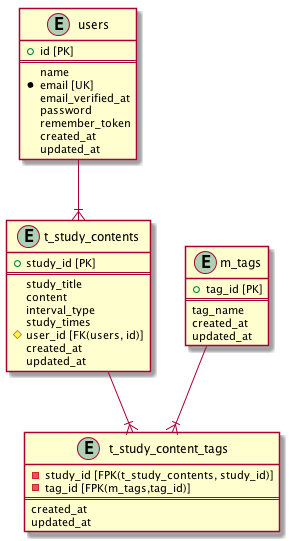
This is out/ERdiagram/erdiagram.png from Mentalist-Group/premind, a PlantUML export, as it was before one commit.
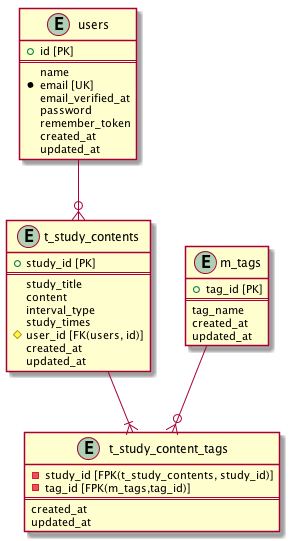
Above is the later version.

Commit message:
ER図のリレーション修正

Change to the diagram source:
```diff
@@ -39,8 +39,8 @@
     updated_at
 }
 
-users --|{ t_study_contents
-m_tags --|{t_study_content_tags
+users --o{ t_study_contents
+m_tags --o{t_study_content_tags
 t_study_contents --|{t_study_content_tags
 
 
```
